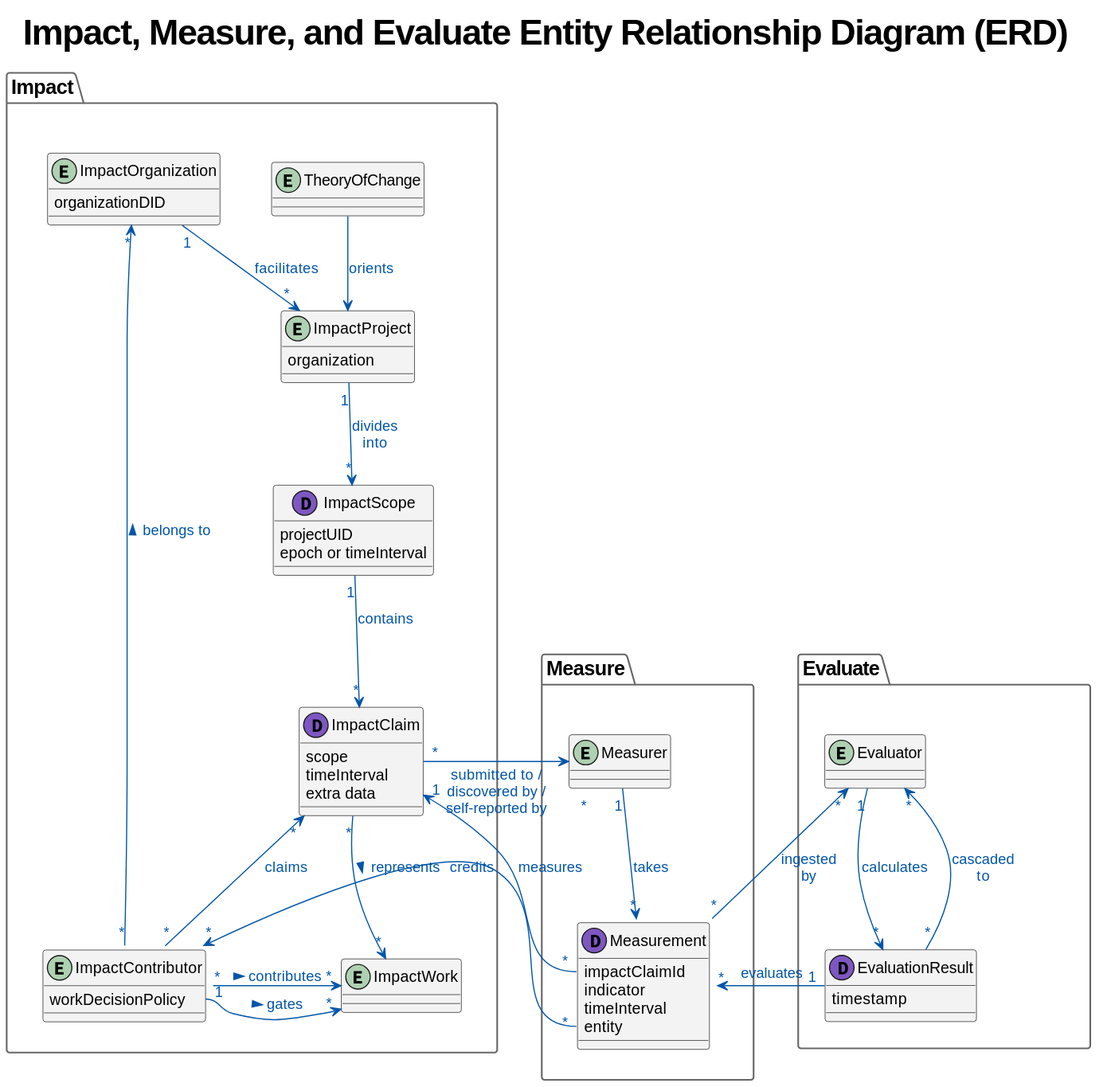
aspiers/ImpactEvaluators keeps this PlantUML diagram as diagrams/ERD-impact-measure-evaluate.svg. Above is the earlier version.
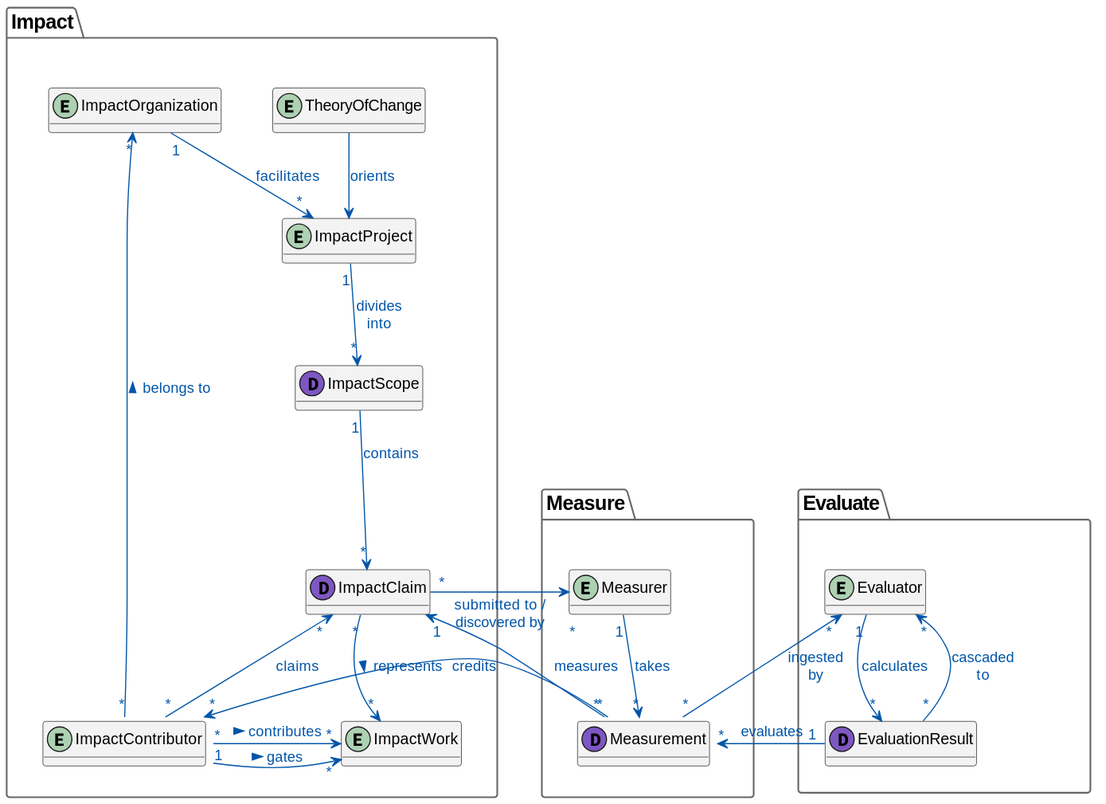
After the commit.

The edit, as a diff of the source:
```diff
@@ -22,7 +22,11 @@
   !return %strpos(VISIBLE_PACKAGES, $packageName) != -1
 !endfunction
 
+!ifdef $FULL_TITLE
+!if $FULL_TITLE != ""
 title $FULL_TITLE
+!endif
+!endif
 
 !if (SHOW_FIELDS == "false")
 hide empty fields
@@ -74,10 +78,10 @@
     MeasurementDesigner -r[hidden]-> EvaluationDesigner
     EvaluationDesigner -r[hidden]-> RewardDesigner
 
-    ObjectivesDesigner "1" --> "1" ScopesDesigner : orients
-    ObjectivesDesigner "1" --> "1" MeasurementDesigner : orients
-    ObjectivesDesigner "1" --> "1" EvaluationDesigner : orients
-    ObjectivesDesigner "1" --> "1" RewardDesigner : orients
+    ObjectivesDesigner "1" --> "1" ScopesDesigner : steers
+    ObjectivesDesigner "1" --> "1" MeasurementDesigner : steers
+    ObjectivesDesigner "1" --> "1" EvaluationDesigner : steers
+    ObjectivesDesigner "1" --> "1" RewardDesigner : steers
 }
 !endif
 
@@ -248,8 +252,6 @@
 
 !if ($isPackageVisible("Impact"))
 TheoryOfChange -d[hidden]-> ScopesDesigner
-TheoryOfChange --> EvaluationDesigner : orients
-TheoryOfChange --> MeasurementDesigner : orients
 ImpactScope "*" <-l- "1" ScopesDesigner : designs
 !endif
 !if ($isPackageVisible("Measure"))
@@ -265,7 +267,7 @@
 !endif
 
 !if ($isPackageVisible("Impact") && $isPackageVisible("Measure"))
-ImpactClaim "*" --> "*" Measurer : "submitted to /\ndiscovered by /\nself-reported by"
+ImpactClaim "*" --> "*" Measurer : "submitted to /\ndiscovered by"
 ImpactClaim "1" <-l- "*" Measurement::impactClaimId : measures
 ImpactContributor "*" <-l- "*" Measurement::entity : credits
 !endif
```
